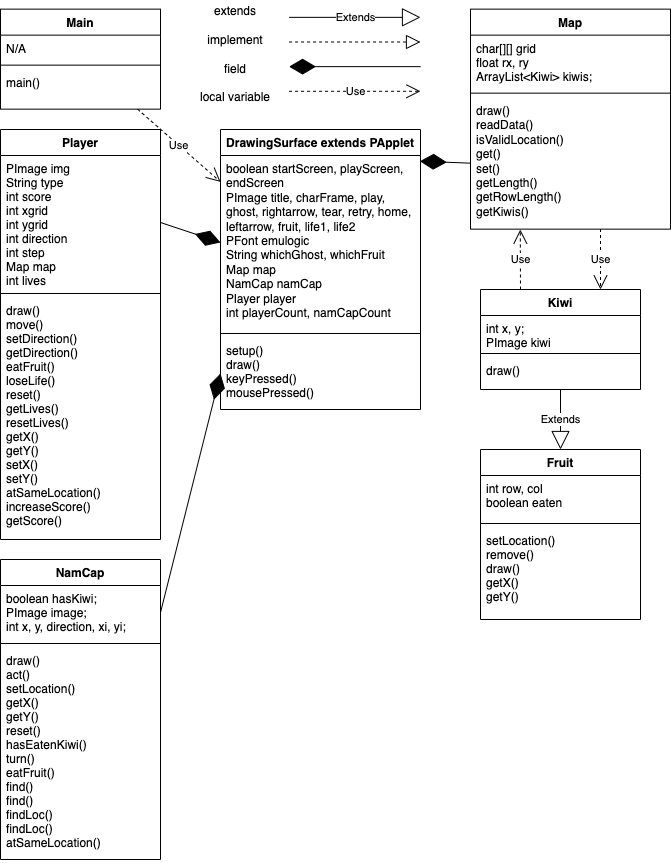
Before: CapstoneProject/doc/UML.png, a diagram exported from draw.io (HHSAPCompSci2021/capstoneproject-capstone-desiree-brianna-jenna-idk). Source tidied: cells renumbered, new cells last; positions are measured from the earlier drawing's top-left corner, leaving out a move shared by most shapes.
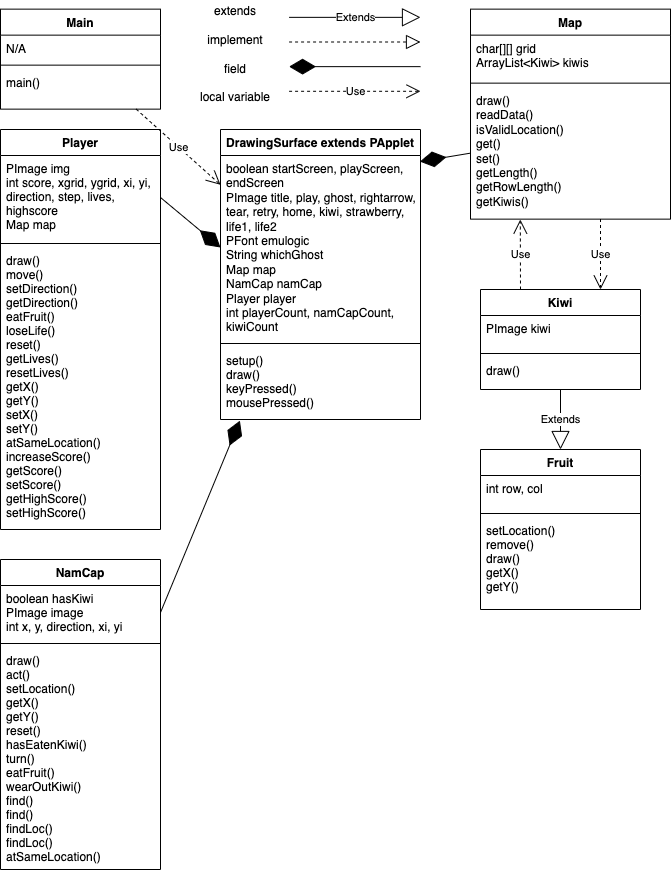
The same diagram one commit later.

Diff of the diagram source:
```diff
@@ -3,33 +3,33 @@
     <mxCell id="0" />
     <mxCell id="1" parent="0" />
     <mxCell id="2" value="DrawingSurface extends PApplet&#10;" style="swimlane;fontStyle=1;align=center;verticalAlign=top;horizontal=1;startSize=26;" parent="1" vertex="1">
-      <mxGeometry x="220" y="120" width="200" height="280" as="geometry" />
+      <mxGeometry x="220" y="120" width="200" height="290" as="geometry" />
     </mxCell>
-    <mxCell id="3" value="boolean startScreen, playScreen, endScreen&#10;PImage title, charFrame, play, ghost, rightarrow, tear, retry, home, leftarrow, fruit, life1, life2&#10;PFont emulogic&#10;String whichGhost, whichFruit&#10;Map map&#10;NamCap namCap&#10;Player player&#10;int playerCount, namCapCount" style="text;strokeColor=none;fillColor=none;align=left;verticalAlign=top;spacingLeft=4;spacingRight=4;overflow=hidden;points=[[0,0.5],[1,0.5]];portConstraint=eastwest;whiteSpace=wrap;" parent="2" vertex="1">
-      <mxGeometry y="26" width="200" height="174" as="geometry" />
+    <mxCell id="3" value="boolean startScreen, playScreen, endScreen&#10;PImage title, play, ghost, rightarrow, tear, retry, home, kiwi, strawberry, life1, life2&#10;PFont emulogic&#10;String whichGhost&#10;Map map&#10;NamCap namCap&#10;Player player&#10;int playerCount, namCapCount, kiwiCount" style="text;strokeColor=none;fillColor=none;align=left;verticalAlign=top;spacingLeft=4;spacingRight=4;overflow=hidden;points=[[0,0.5],[1,0.5]];portConstraint=eastwest;whiteSpace=wrap;" parent="2" vertex="1">
+      <mxGeometry y="26" width="200" height="184" as="geometry" />
     </mxCell>
     <mxCell id="4" style="line;strokeWidth=1;fillColor=none;align=left;verticalAlign=middle;spacingTop=-1;spacingLeft=3;spacingRight=3;labelPosition=right;" parent="2" vertex="1">
-      <mxGeometry y="200" width="200" height="8" as="geometry" />
+      <mxGeometry y="210" width="200" height="8" as="geometry" />
     </mxCell>
     <mxCell id="5" value="setup()&#10;draw()&#10;keyPressed()&#10;mousePressed()" style="text;strokeColor=none;fillColor=none;align=left;verticalAlign=top;spacingLeft=4;spacingRight=4;overflow=hidden;points=[[0,0.5],[1,0.5]];portConstraint=eastwest;" parent="2" vertex="1">
-      <mxGeometry y="208" width="200" height="72" as="geometry" />
+      <mxGeometry y="218" width="200" height="72" as="geometry" />
     </mxCell>
     <mxCell id="6" value="NamCap" style="swimlane;fontStyle=1;align=center;verticalAlign=top;horizontal=1;startSize=26;" parent="1" vertex="1">
-      <mxGeometry y="550" width="160" height="300" as="geometry" />
+      <mxGeometry y="550" width="160" height="310" as="geometry" />
     </mxCell>
-    <mxCell id="7" value="boolean hasKiwi;&#10;PImage image;&#9;&#10;int x, y, direction, xi, yi;&#9;" style="text;strokeColor=none;fillColor=none;align=left;verticalAlign=top;spacingLeft=4;spacingRight=4;overflow=hidden;points=[[0,0.5],[1,0.5]];portConstraint=eastwest;" parent="6" vertex="1">
+    <mxCell id="7" value="boolean hasKiwi&#10;PImage image&#10;int x, y, direction, xi, yi" style="text;strokeColor=none;fillColor=none;align=left;verticalAlign=top;spacingLeft=4;spacingRight=4;overflow=hidden;points=[[0,0.5],[1,0.5]];portConstraint=eastwest;" parent="6" vertex="1">
       <mxGeometry y="26" width="160" height="54" as="geometry" />
     </mxCell>
     <mxCell id="8" style="line;strokeWidth=1;fillColor=none;align=left;verticalAlign=middle;spacingTop=-1;spacingLeft=3;spacingRight=3;labelPosition=right;" parent="6" vertex="1">
       <mxGeometry y="80" width="160" height="8" as="geometry" />
     </mxCell>
-    <mxCell id="9" value="draw()&#10;act()&#10;setLocation()&#10;getX()&#10;getY()&#10;reset()&#10;hasEatenKiwi()&#10;turn()&#10;eatFruit()&#10;find()&#10;find()&#10;findLoc()&#10;findLoc()&#10;atSameLocation()" style="text;strokeColor=none;fillColor=none;align=left;verticalAlign=top;spacingLeft=4;spacingRight=4;overflow=hidden;" parent="6" vertex="1">
-      <mxGeometry y="88" width="160" height="212" as="geometry" />
+    <mxCell id="9" value="draw()&#10;act()&#10;setLocation()&#10;getX()&#10;getY()&#10;reset()&#10;hasEatenKiwi()&#10;turn()&#10;eatFruit()&#10;wearOutKiwi()&#10;find()&#10;find()&#10;findLoc()&#10;findLoc()&#10;atSameLocation()" style="text;strokeColor=none;fillColor=none;align=left;verticalAlign=top;spacingLeft=4;spacingRight=4;overflow=hidden;" parent="6" vertex="1">
+      <mxGeometry y="88" width="160" height="222" as="geometry" />
     </mxCell>
     <mxCell id="10" value="Kiwi" style="swimlane;fontStyle=1;align=center;verticalAlign=top;horizontal=1;startSize=26;" parent="1" vertex="1">
       <mxGeometry x="480" y="280" width="160" height="100" as="geometry" />
     </mxCell>
-    <mxCell id="11" value="int x, y;&#10;PImage kiwi" style="text;strokeColor=none;fillColor=none;align=left;verticalAlign=top;spacingLeft=4;spacingRight=4;overflow=hidden;" parent="10" vertex="1">
+    <mxCell id="11" value="PImage kiwi" style="text;strokeColor=none;fillColor=none;align=left;verticalAlign=top;spacingLeft=4;spacingRight=4;overflow=hidden;" parent="10" vertex="1">
       <mxGeometry y="26" width="160" height="34" as="geometry" />
     </mxCell>
     <mxCell id="12" style="line;strokeWidth=1;fillColor=none;align=left;verticalAlign=middle;spacingTop=-1;spacingLeft=3;spacingRight=3;labelPosition=right;" parent="10" vertex="1">
@@ -39,28 +39,28 @@
       <mxGeometry y="68" width="160" height="32" as="geometry" />
     </mxCell>
     <mxCell id="14" value="Map" style="swimlane;fontStyle=1;align=center;verticalAlign=top;horizontal=1;startSize=26;" parent="1" vertex="1">
-      <mxGeometry x="470" y="-0.4" width="200" height="220" as="geometry" />
+      <mxGeometry x="470" y="-0.4" width="200" height="210" as="geometry" />
     </mxCell>
-    <mxCell id="15" value="char[][] grid&#10;float rx, ry&#10;ArrayList&lt;Kiwi&gt; kiwis;" style="text;strokeColor=none;fillColor=none;align=left;verticalAlign=top;spacingLeft=4;spacingRight=4;overflow=hidden;" parent="14" vertex="1">
-      <mxGeometry y="26" width="200" height="54" as="geometry" />
+    <mxCell id="15" value="char[][] grid&#10;ArrayList&lt;Kiwi&gt; kiwis" style="text;strokeColor=none;fillColor=none;align=left;verticalAlign=top;spacingLeft=4;spacingRight=4;overflow=hidden;" parent="14" vertex="1">
+      <mxGeometry y="26" width="200" height="44" as="geometry" />
     </mxCell>
     <mxCell id="16" style="line;strokeWidth=1;fillColor=none;align=left;verticalAlign=middle;spacingTop=-1;spacingLeft=3;spacingRight=3;labelPosition=right;" parent="14" vertex="1">
-      <mxGeometry y="80" width="200" height="8" as="geometry" />
+      <mxGeometry y="70" width="200" height="8" as="geometry" />
     </mxCell>
     <mxCell id="17" value="draw()&#10;readData()&#10;isValidLocation()&#10;get()&#10;set()&#10;getLength()&#10;getRowLength()&#10;getKiwis()" style="text;strokeColor=none;fillColor=none;align=left;verticalAlign=top;spacingLeft=4;spacingRight=4;overflow=hidden;points=[[0,0.5],[1,0.5]];portConstraint=eastwest;whiteSpace=wrap;" parent="14" vertex="1">
-      <mxGeometry y="88" width="200" height="132" as="geometry" />
+      <mxGeometry y="78" width="200" height="132" as="geometry" />
     </mxCell>
     <mxCell id="18" value="Player" style="swimlane;fontStyle=1;align=center;verticalAlign=top;horizontal=1;startSize=26;" parent="1" vertex="1">
-      <mxGeometry y="120" width="160" height="410" as="geometry" />
+      <mxGeometry y="120" width="160" height="400" as="geometry" />
     </mxCell>
-    <mxCell id="19" value="PImage img&#10;String type&#10;int score&#10;int xgrid&#10;int ygrid&#10;int direction&#10;int step&#10;Map map&#10;int lives" style="text;strokeColor=none;fillColor=none;align=left;verticalAlign=top;spacingLeft=4;spacingRight=4;overflow=hidden;points=[[0,0.5],[1,0.5]];portConstraint=eastwest;" parent="18" vertex="1">
-      <mxGeometry y="26" width="160" height="134" as="geometry" />
+    <mxCell id="19" value="PImage img&#10;int score, xgrid, ygrid, xi, yi, &#10;direction, step, lives, &#10;highscore&#10;Map map&#10;" style="text;strokeColor=none;fillColor=none;align=left;verticalAlign=top;spacingLeft=4;spacingRight=4;overflow=hidden;points=[[0,0.5],[1,0.5]];portConstraint=eastwest;" parent="18" vertex="1">
+      <mxGeometry y="26" width="160" height="84" as="geometry" />
     </mxCell>
     <mxCell id="20" style="line;strokeWidth=1;fillColor=none;align=left;verticalAlign=middle;spacingTop=-1;spacingLeft=3;spacingRight=3;labelPosition=right;" parent="18" vertex="1">
-      <mxGeometry y="160" width="160" height="8" as="geometry" />
+      <mxGeometry y="110" width="160" height="8" as="geometry" />
     </mxCell>
-    <mxCell id="21" value="draw()&#10;move()&#10;setDirection()&#10;getDirection()&#10;eatFruit()&#10;loseLife()&#10;reset()&#10;getLives()&#10;resetLives()&#10;getX()&#10;getY()&#10;setX()&#10;setY()&#10;atSameLocation()&#10;increaseScore()&#10;getScore()" style="text;strokeColor=none;fillColor=none;align=left;verticalAlign=top;spacingLeft=4;spacingRight=4;overflow=hidden;" parent="18" vertex="1">
-      <mxGeometry y="168" width="160" height="242" as="geometry" />
+    <mxCell id="21" value="draw()&#10;move()&#10;setDirection()&#10;getDirection()&#10;eatFruit()&#10;loseLife()&#10;reset()&#10;getLives()&#10;resetLives()&#10;getX()&#10;getY()&#10;setX()&#10;setY()&#10;atSameLocation()&#10;increaseScore()&#10;getScore()&#10;setScore()&#10;getHighScore()&#10;setHighScore()" style="text;strokeColor=none;fillColor=none;align=left;verticalAlign=top;spacingLeft=4;spacingRight=4;overflow=hidden;" parent="18" vertex="1">
+      <mxGeometry y="118" width="160" height="282" as="geometry" />
     </mxCell>
     <mxCell id="22" value="Extends" style="endArrow=block;endSize=16;endFill=0;html=1;rounded=0;" parent="1" edge="1" source="10" target="28">
       <mxGeometry relative="1" as="geometry" />
@@ -71,7 +71,7 @@
     <mxCell id="24" value="Use" style="endArrow=open;endSize=12;dashed=1;html=1;rounded=0;shadow=0;entryX=0.249;entryY=1.003;entryDx=0;entryDy=0;exitX=0.25;exitY=0;exitDx=0;exitDy=0;entryPerimeter=0;" parent="1" edge="1" source="10" target="17">
       <mxGeometry relative="1" as="geometry" />
     </mxCell>
-    <mxCell id="25" style="endArrow=diamondThin;endFill=1;endSize=24;html=1;rounded=0;shadow=0;exitX=1;exitY=0.5;exitDx=0;exitDy=0;entryX=0;entryY=0.5;entryDx=0;entryDy=0;" parent="1" edge="1" source="7" target="5">
+    <mxCell id="25" style="endArrow=diamondThin;endFill=1;endSize=24;html=1;rounded=0;shadow=0;exitX=1;exitY=0.5;exitDx=0;exitDy=0;entryX=0.097;entryY=1.016;entryDx=0;entryDy=0;entryPerimeter=0;" parent="1" edge="1" source="7" target="5">
       <mxGeometry relative="1" as="geometry" />
     </mxCell>
     <mxCell id="26" style="endArrow=diamondThin;endFill=1;endSize=24;html=1;rounded=0;shadow=0;exitX=1;exitY=0.5;exitDx=0;exitDy=0;entryX=0;entryY=0.5;entryDx=0;entryDy=0;" parent="1" edge="1" source="19" target="3">
@@ -81,16 +81,16 @@
       <mxGeometry relative="1" as="geometry" />
     </mxCell>
     <mxCell id="28" value="Fruit" style="swimlane;fontStyle=1;align=center;verticalAlign=top;horizontal=1;startSize=26;" parent="1" vertex="1">
-      <mxGeometry x="480" y="440" width="160" height="170" as="geometry" />
+      <mxGeometry x="480" y="440" width="160" height="160" as="geometry" />
     </mxCell>
-    <mxCell id="29" value="int row, col&#10;boolean eaten" style="text;strokeColor=none;fillColor=none;align=left;verticalAlign=top;spacingLeft=4;spacingRight=4;overflow=hidden;" parent="28" vertex="1">
-      <mxGeometry y="26" width="160" height="44" as="geometry" />
+    <mxCell id="29" value="int row, col" style="text;strokeColor=none;fillColor=none;align=left;verticalAlign=top;spacingLeft=4;spacingRight=4;overflow=hidden;" parent="28" vertex="1">
+      <mxGeometry y="26" width="160" height="34" as="geometry" />
     </mxCell>
     <mxCell id="30" style="line;strokeWidth=1;fillColor=none;align=left;verticalAlign=middle;spacingTop=-1;spacingLeft=3;spacingRight=3;labelPosition=right;" parent="28" vertex="1">
-      <mxGeometry y="70" width="160" height="8" as="geometry" />
+      <mxGeometry y="60" width="160" height="8" as="geometry" />
     </mxCell>
     <mxCell id="31" value="setLocation()&#10;remove()&#10;draw()&#10;getX()&#10;getY()" style="text;strokeColor=none;fillColor=none;align=left;verticalAlign=top;spacingLeft=4;spacingRight=4;overflow=hidden;" parent="28" vertex="1">
-      <mxGeometry y="78" width="160" height="92" as="geometry" />
+      <mxGeometry y="68" width="160" height="92" as="geometry" />
     </mxCell>
     <mxCell id="32" value="Main" style="swimlane;fontStyle=1;align=center;verticalAlign=top;horizontal=1;startSize=26;" parent="1" vertex="1">
       <mxGeometry y="-0.4" width="160" height="100" as="geometry" />
```
